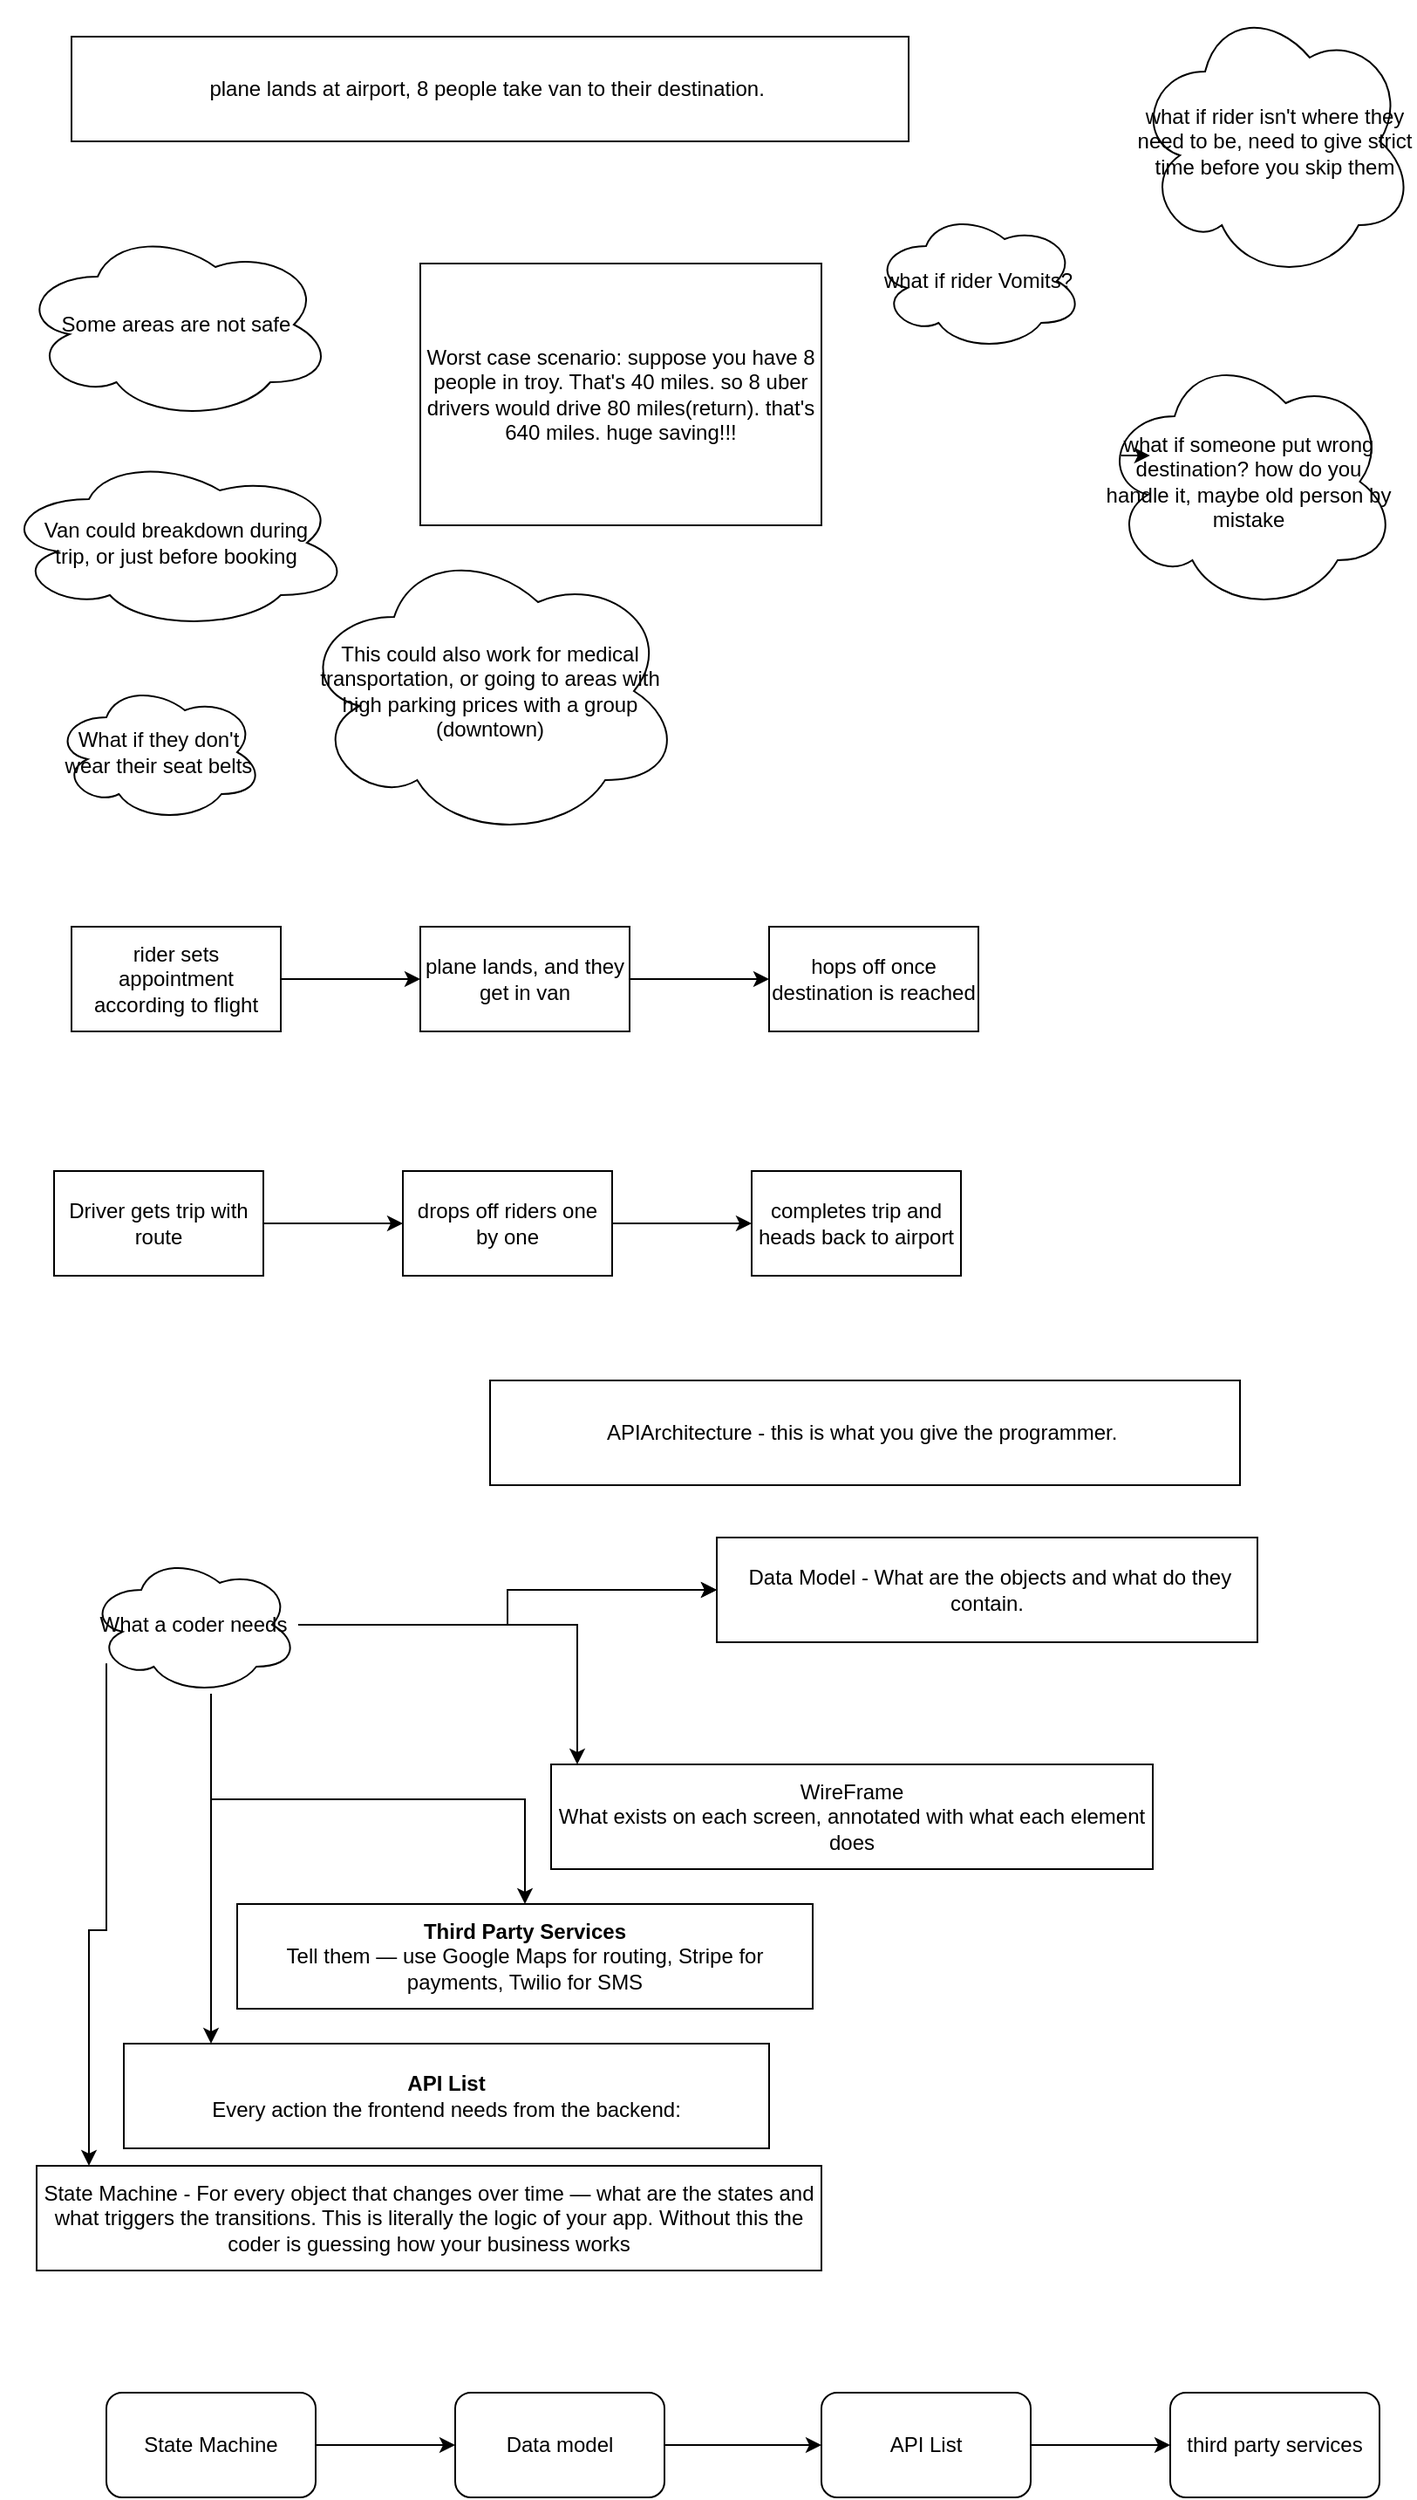
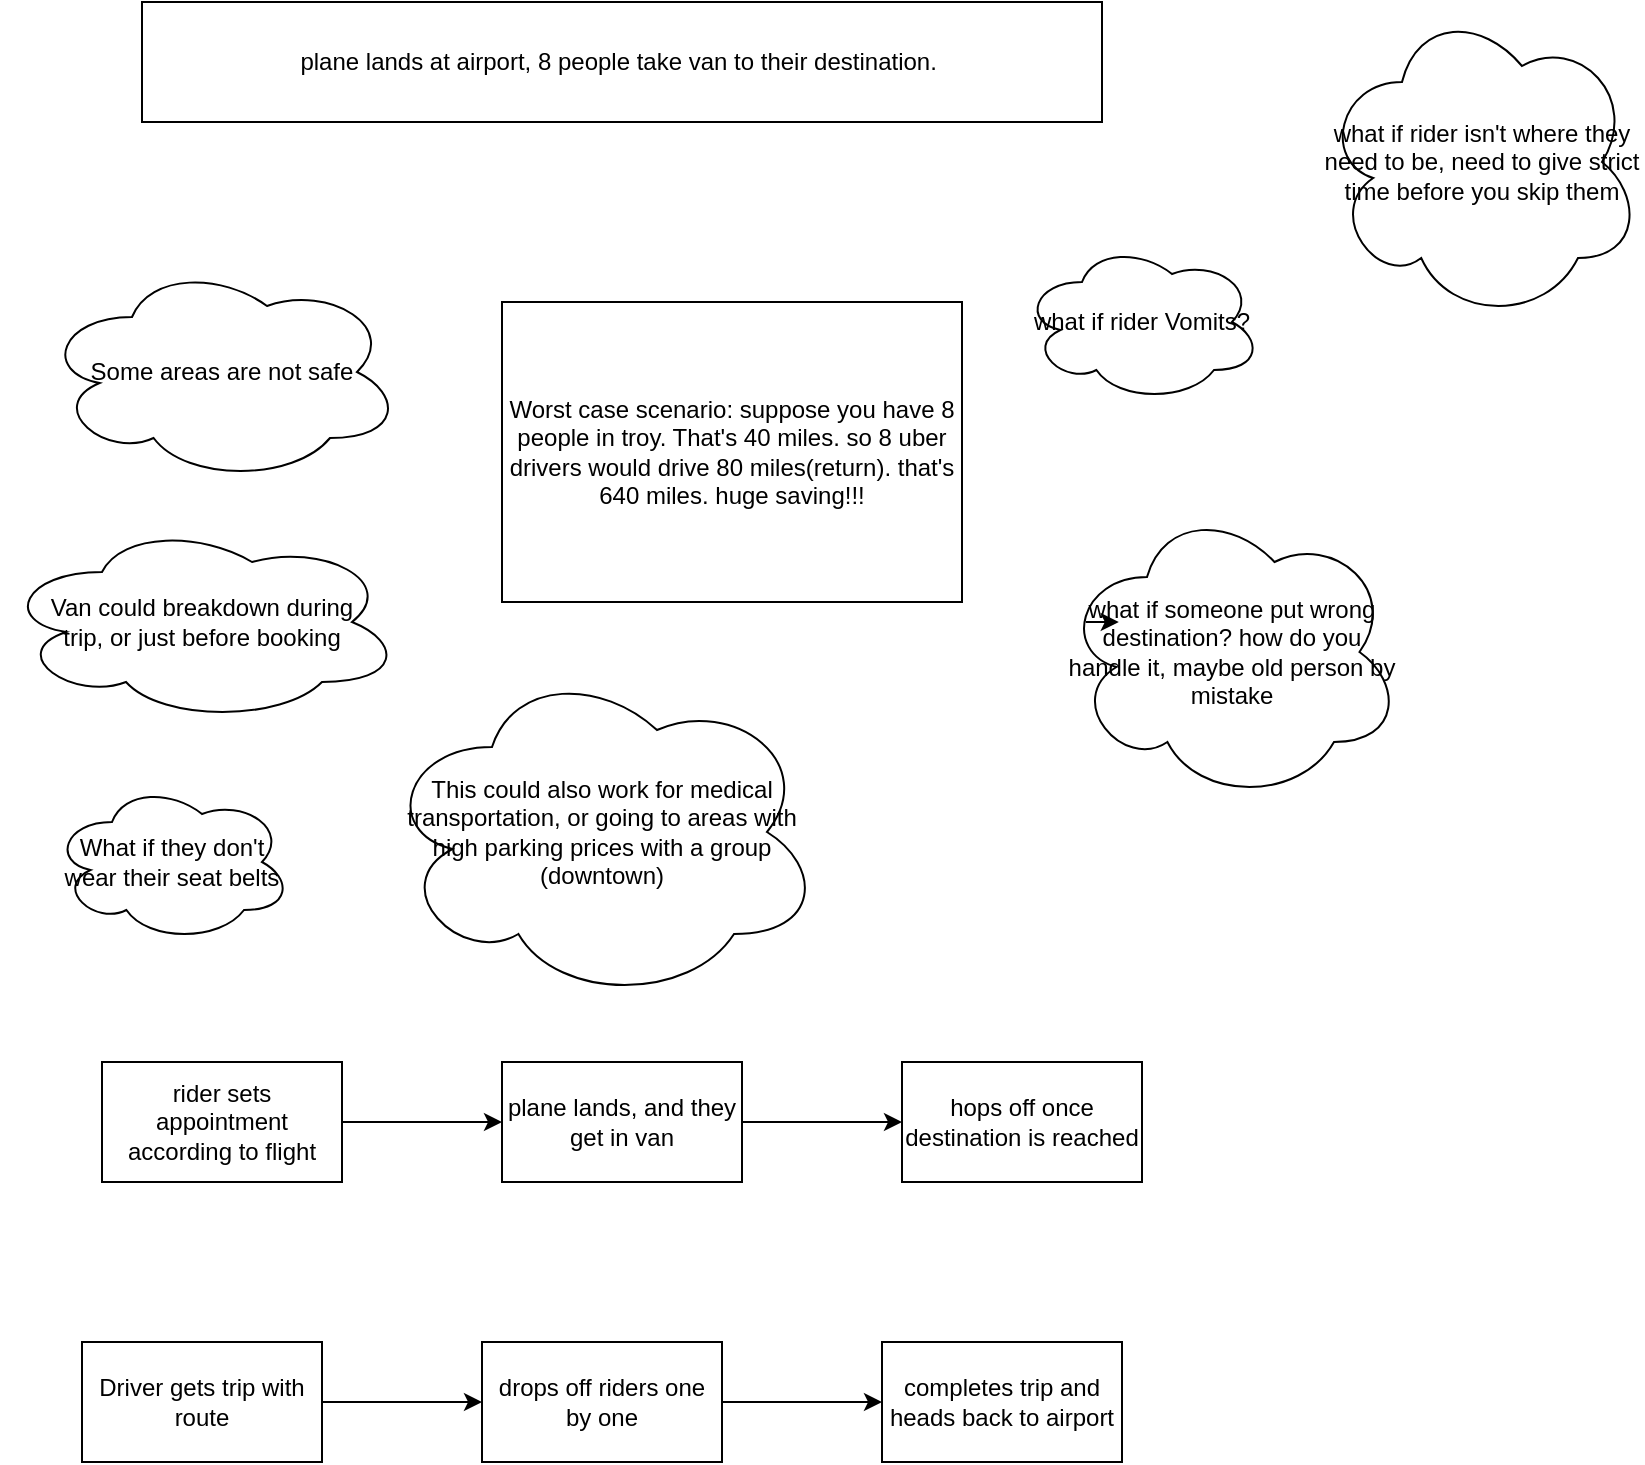
<mxfile host="app.diagrams.net">
  <diagram name="Page-1" id="dwn49BAO_7Qt1j4vyHa_">
-     <mxGraphModel dx="1233" dy="744" grid="1" gridSize="10" guides="1" tooltips="1" connect="1" arrows="1" fold="1" page="1" pageScale="1" pageWidth="850" pageHeight="1100" math="0" shadow="0">
+     <mxGraphModel dx="683" dy="414" grid="1" gridSize="10" guides="1" tooltips="1" connect="1" arrows="1" fold="1" page="1" pageScale="1" pageWidth="850" pageHeight="1100" math="0" shadow="0">
      <root>
        <mxCell id="0" />
        <mxCell id="1" parent="0" />
        <mxCell id="ZXmLye4WYz5JW6THN3N--2" parent="1" style="rounded=0;whiteSpace=wrap;html=1;" value="plane lands at airport, 8 people take van to their destination.&amp;nbsp;" vertex="1">
-           <mxGeometry height="60" width="480" x="60" y="60" as="geometry" />
+           <mxGeometry height="60" width="480" x="80" y="40" as="geometry" />
        </mxCell>
        <mxCell id="ZXmLye4WYz5JW6THN3N--3" parent="1" style="ellipse;shape=cloud;whiteSpace=wrap;html=1;" value="Some areas are not safe" vertex="1">
          <mxGeometry height="110" width="180" x="30" y="170" as="geometry" />
        </mxCell>
        <mxCell id="ZXmLye4WYz5JW6THN3N--5" parent="1" style="rounded=0;whiteSpace=wrap;html=1;" value="&lt;div&gt;Worst case scenario: suppose you have 8 people in troy. That&#39;s 40 miles. so 8 uber drivers would drive 80 miles(return). that&#39;s 640 miles. huge saving!!!&lt;/div&gt;" vertex="1">
          <mxGeometry height="150" width="230" x="260" y="190" as="geometry" />
        </mxCell>
        <mxCell id="3V9UZf0SNv3yNVWR_qLZ-3" parent="1" style="ellipse;shape=cloud;whiteSpace=wrap;html=1;" value="Van could breakdown during&lt;br&gt;trip, or just before booking" vertex="1">
-           <mxGeometry height="100" width="200" x="20" y="300" as="geometry" />
+           <mxGeometry height="100" width="200" x="10" y="300" as="geometry" />
        </mxCell>
        <mxCell id="3V9UZf0SNv3yNVWR_qLZ-4" parent="1" style="ellipse;shape=cloud;whiteSpace=wrap;html=1;" value="&lt;div&gt;what if rider Vomits?&lt;/div&gt;" vertex="1">
          <mxGeometry height="80" width="120" x="520" y="160" as="geometry" />
        </mxCell>
        <mxCell id="3V9UZf0SNv3yNVWR_qLZ-5" parent="1" style="ellipse;shape=cloud;whiteSpace=wrap;html=1;" value="&lt;div&gt;what if rider isn&#39;t where they need to be, need to give strict time before you skip them&lt;/div&gt;" vertex="1">
          <mxGeometry height="160" width="160" x="670" y="40" as="geometry" />
        </mxCell>
        <mxCell id="3V9UZf0SNv3yNVWR_qLZ-6" parent="1" style="ellipse;shape=cloud;whiteSpace=wrap;html=1;" value="&lt;div&gt;what if someone put wrong destination? how do you handle it, maybe old person by mistake&lt;/div&gt;" vertex="1">
-           <mxGeometry height="150" width="170" x="650" y="240" as="geometry" />
+           <mxGeometry height="150" width="170" x="540" y="290" as="geometry" />
        </mxCell>
        <mxCell id="3V9UZf0SNv3yNVWR_qLZ-7" edge="1" parent="1" source="3V9UZf0SNv3yNVWR_qLZ-6" style="edgeStyle=orthogonalEdgeStyle;rounded=0;orthogonalLoop=1;jettySize=auto;html=1;exitX=0.07;exitY=0.4;exitDx=0;exitDy=0;exitPerimeter=0;entryX=0.167;entryY=0.4;entryDx=0;entryDy=0;entryPerimeter=0;" target="3V9UZf0SNv3yNVWR_qLZ-6">
          <mxGeometry relative="1" as="geometry" />
        </mxCell>
        <mxCell id="3V9UZf0SNv3yNVWR_qLZ-8" parent="1" style="ellipse;shape=cloud;whiteSpace=wrap;html=1;" value="&lt;div&gt;What if they don&#39;t wear their seat belts&lt;/div&gt;" vertex="1">
-           <mxGeometry height="80" width="120" x="50" y="430" as="geometry" />
+           <mxGeometry height="80" width="120" x="35" y="430" as="geometry" />
        </mxCell>
        <mxCell id="fz-o9FOIOGUbKM3HRnTC-3" edge="1" parent="1" source="fz-o9FOIOGUbKM3HRnTC-1" style="edgeStyle=orthogonalEdgeStyle;rounded=0;orthogonalLoop=1;jettySize=auto;html=1;" target="fz-o9FOIOGUbKM3HRnTC-2" value="">
          <mxGeometry relative="1" as="geometry" />
        </mxCell>
        <mxCell id="fz-o9FOIOGUbKM3HRnTC-1" parent="1" style="rounded=0;whiteSpace=wrap;html=1;" value="rider sets appointment according to flight" vertex="1">
          <mxGeometry height="60" width="120" x="60" y="570" as="geometry" />
        </mxCell>
        <mxCell id="fz-o9FOIOGUbKM3HRnTC-5" edge="1" parent="1" source="fz-o9FOIOGUbKM3HRnTC-2" style="edgeStyle=orthogonalEdgeStyle;rounded=0;orthogonalLoop=1;jettySize=auto;html=1;" target="fz-o9FOIOGUbKM3HRnTC-4" value="">
          <mxGeometry relative="1" as="geometry" />
        </mxCell>
        <mxCell id="fz-o9FOIOGUbKM3HRnTC-2" parent="1" style="whiteSpace=wrap;html=1;rounded=0;" value="plane lands, and they get in van" vertex="1">
          <mxGeometry height="60" width="120" x="260" y="570" as="geometry" />
        </mxCell>
        <mxCell id="fz-o9FOIOGUbKM3HRnTC-4" parent="1" style="whiteSpace=wrap;html=1;rounded=0;" value="hops off once destination is reached" vertex="1">
          <mxGeometry height="60" width="120" x="460" y="570" as="geometry" />
        </mxCell>
        <mxCell id="fz-o9FOIOGUbKM3HRnTC-8" edge="1" parent="1" source="fz-o9FOIOGUbKM3HRnTC-6" style="edgeStyle=orthogonalEdgeStyle;rounded=0;orthogonalLoop=1;jettySize=auto;html=1;" target="fz-o9FOIOGUbKM3HRnTC-7" value="">
          <mxGeometry relative="1" as="geometry" />
        </mxCell>
        <mxCell id="fz-o9FOIOGUbKM3HRnTC-6" parent="1" style="rounded=0;whiteSpace=wrap;html=1;" value="Driver gets trip with route" vertex="1">
          <mxGeometry height="60" width="120" x="50" y="710" as="geometry" />
        </mxCell>
        <mxCell id="fz-o9FOIOGUbKM3HRnTC-10" edge="1" parent="1" source="fz-o9FOIOGUbKM3HRnTC-7" style="edgeStyle=orthogonalEdgeStyle;rounded=0;orthogonalLoop=1;jettySize=auto;html=1;" target="fz-o9FOIOGUbKM3HRnTC-9" value="">
          <mxGeometry relative="1" as="geometry" />
        </mxCell>
        <mxCell id="fz-o9FOIOGUbKM3HRnTC-7" parent="1" style="whiteSpace=wrap;html=1;rounded=0;" value="drops off riders one by one" vertex="1">
          <mxGeometry height="60" width="120" x="250" y="710" as="geometry" />
        </mxCell>
        <mxCell id="fz-o9FOIOGUbKM3HRnTC-9" parent="1" style="whiteSpace=wrap;html=1;rounded=0;" value="completes trip and heads back to airport" vertex="1">
          <mxGeometry height="60" width="120" x="450" y="710" as="geometry" />
        </mxCell>
        <mxCell id="fz-o9FOIOGUbKM3HRnTC-11" parent="1" style="ellipse;shape=cloud;whiteSpace=wrap;html=1;" value="This could also work for medical transportation, or going to areas with high parking prices with a group (downtown)" vertex="1">
-           <mxGeometry height="170" width="220" x="190" y="350" as="geometry" />
-         </mxCell>
-         <mxCell id="I4pVvb7a1eDd4WhZ5GpQ-1" parent="1" style="rounded=0;whiteSpace=wrap;html=1;" value="APIArchitecture - this is what you give the programmer.&amp;nbsp;" vertex="1">
-           <mxGeometry height="60" width="430" x="300" y="830" as="geometry" />
-         </mxCell>
-         <mxCell id="I4pVvb7a1eDd4WhZ5GpQ-2" edge="1" parent="1" source="I4pVvb7a1eDd4WhZ5GpQ-8" style="edgeStyle=orthogonalEdgeStyle;rounded=0;orthogonalLoop=1;jettySize=auto;html=1;" target="I4pVvb7a1eDd4WhZ5GpQ-9" value="">
-           <mxGeometry relative="1" as="geometry" />
-         </mxCell>
-         <mxCell id="I4pVvb7a1eDd4WhZ5GpQ-3" edge="1" parent="1" source="I4pVvb7a1eDd4WhZ5GpQ-8" style="edgeStyle=orthogonalEdgeStyle;rounded=0;orthogonalLoop=1;jettySize=auto;html=1;" target="I4pVvb7a1eDd4WhZ5GpQ-9" value="">
-           <mxGeometry relative="1" as="geometry" />
-         </mxCell>
-         <mxCell id="I4pVvb7a1eDd4WhZ5GpQ-4" edge="1" parent="1" source="I4pVvb7a1eDd4WhZ5GpQ-8" style="edgeStyle=orthogonalEdgeStyle;rounded=0;orthogonalLoop=1;jettySize=auto;html=1;" target="I4pVvb7a1eDd4WhZ5GpQ-10" value="">
-           <mxGeometry relative="1" as="geometry">
-             <Array as="points">
-               <mxPoint x="80" y="1145" />
-               <mxPoint x="70" y="1145" />
-             </Array>
-           </mxGeometry>
-         </mxCell>
-         <mxCell id="I4pVvb7a1eDd4WhZ5GpQ-5" edge="1" parent="1" source="I4pVvb7a1eDd4WhZ5GpQ-8" style="edgeStyle=orthogonalEdgeStyle;rounded=0;orthogonalLoop=1;jettySize=auto;html=1;" target="I4pVvb7a1eDd4WhZ5GpQ-11" value="">
-           <mxGeometry relative="1" as="geometry">
-             <Array as="points">
-               <mxPoint x="140" y="1160" />
-               <mxPoint x="140" y="1160" />
-             </Array>
-           </mxGeometry>
-         </mxCell>
-         <mxCell id="I4pVvb7a1eDd4WhZ5GpQ-6" edge="1" parent="1" source="I4pVvb7a1eDd4WhZ5GpQ-8" style="edgeStyle=orthogonalEdgeStyle;rounded=0;orthogonalLoop=1;jettySize=auto;html=1;" target="I4pVvb7a1eDd4WhZ5GpQ-12" value="">
-           <mxGeometry relative="1" as="geometry">
-             <Array as="points">
-               <mxPoint x="140" y="1070" />
-               <mxPoint x="320" y="1070" />
-             </Array>
-           </mxGeometry>
-         </mxCell>
-         <mxCell id="I4pVvb7a1eDd4WhZ5GpQ-7" edge="1" parent="1" source="I4pVvb7a1eDd4WhZ5GpQ-8" style="edgeStyle=orthogonalEdgeStyle;rounded=0;orthogonalLoop=1;jettySize=auto;html=1;" target="I4pVvb7a1eDd4WhZ5GpQ-13" value="">
-           <mxGeometry relative="1" as="geometry">
-             <Array as="points">
-               <mxPoint x="350" y="970" />
-             </Array>
-           </mxGeometry>
-         </mxCell>
-         <mxCell id="I4pVvb7a1eDd4WhZ5GpQ-8" parent="1" style="ellipse;shape=cloud;whiteSpace=wrap;html=1;" value="What a coder needs" vertex="1">
-           <mxGeometry height="80" width="120" x="70" y="930" as="geometry" />
-         </mxCell>
-         <mxCell id="I4pVvb7a1eDd4WhZ5GpQ-9" parent="1" style="whiteSpace=wrap;html=1;" value="&amp;nbsp;Data Model - What are the objects and what do they contain." vertex="1">
-           <mxGeometry height="60" width="310" x="430" y="920" as="geometry" />
-         </mxCell>
-         <mxCell id="I4pVvb7a1eDd4WhZ5GpQ-10" parent="1" style="whiteSpace=wrap;html=1;" value="State Machine -&amp;nbsp;For every object that changes over time — what are the states and what triggers the transitions. This is literally the logic of your app. Without this the coder is guessing how your business works" vertex="1">
-           <mxGeometry height="60" width="450" x="40" y="1280" as="geometry" />
-         </mxCell>
-         <mxCell id="I4pVvb7a1eDd4WhZ5GpQ-11" parent="1" style="whiteSpace=wrap;html=1;" value="&lt;strong&gt;API List&lt;/strong&gt;&lt;br/&gt;Every action the frontend needs from the backend:" vertex="1">
-           <mxGeometry height="60" width="370" x="90" y="1210" as="geometry" />
-         </mxCell>
-         <mxCell id="I4pVvb7a1eDd4WhZ5GpQ-12" parent="1" style="whiteSpace=wrap;html=1;" value="&lt;strong&gt;Third Party Services&lt;/strong&gt;&lt;br/&gt;Tell them — use Google Maps for routing, Stripe for payments, Twilio for SMS" vertex="1">
-           <mxGeometry height="60" width="330" x="155" y="1130" as="geometry" />
-         </mxCell>
-         <mxCell id="I4pVvb7a1eDd4WhZ5GpQ-13" parent="1" style="whiteSpace=wrap;html=1;" value="WireFrame&lt;div&gt;What exists on each screen, annotated with what each element does&lt;/div&gt;" vertex="1">
-           <mxGeometry height="60" width="345" x="335" y="1050" as="geometry" />
-         </mxCell>
-         <mxCell id="I4pVvb7a1eDd4WhZ5GpQ-14" edge="1" parent="1" source="I4pVvb7a1eDd4WhZ5GpQ-15" style="edgeStyle=orthogonalEdgeStyle;rounded=0;orthogonalLoop=1;jettySize=auto;html=1;" target="I4pVvb7a1eDd4WhZ5GpQ-17" value="">
-           <mxGeometry relative="1" as="geometry" />
-         </mxCell>
-         <mxCell id="I4pVvb7a1eDd4WhZ5GpQ-15" parent="1" style="rounded=1;whiteSpace=wrap;html=1;" value="State Machine" vertex="1">
-           <mxGeometry height="60" width="120" x="80" y="1410" as="geometry" />
-         </mxCell>
-         <mxCell id="I4pVvb7a1eDd4WhZ5GpQ-16" edge="1" parent="1" source="I4pVvb7a1eDd4WhZ5GpQ-17" style="edgeStyle=orthogonalEdgeStyle;rounded=0;orthogonalLoop=1;jettySize=auto;html=1;" target="I4pVvb7a1eDd4WhZ5GpQ-19" value="">
-           <mxGeometry relative="1" as="geometry" />
-         </mxCell>
-         <mxCell id="I4pVvb7a1eDd4WhZ5GpQ-17" parent="1" style="rounded=1;whiteSpace=wrap;html=1;" value="Data model" vertex="1">
-           <mxGeometry height="60" width="120" x="280" y="1410" as="geometry" />
-         </mxCell>
-         <mxCell id="I4pVvb7a1eDd4WhZ5GpQ-18" edge="1" parent="1" source="I4pVvb7a1eDd4WhZ5GpQ-19" style="edgeStyle=orthogonalEdgeStyle;rounded=0;orthogonalLoop=1;jettySize=auto;html=1;" target="I4pVvb7a1eDd4WhZ5GpQ-20" value="">
-           <mxGeometry relative="1" as="geometry" />
-         </mxCell>
-         <mxCell id="I4pVvb7a1eDd4WhZ5GpQ-19" parent="1" style="rounded=1;whiteSpace=wrap;html=1;" value="API List" vertex="1">
-           <mxGeometry height="60" width="120" x="490" y="1410" as="geometry" />
-         </mxCell>
-         <mxCell id="I4pVvb7a1eDd4WhZ5GpQ-20" parent="1" style="rounded=1;whiteSpace=wrap;html=1;" value="third party services" vertex="1">
-           <mxGeometry height="60" width="120" x="690" y="1410" as="geometry" />
+           <mxGeometry height="170" width="220" x="200" y="370" as="geometry" />
        </mxCell>
      </root>
    </mxGraphModel>
  </diagram>
</mxfile>
